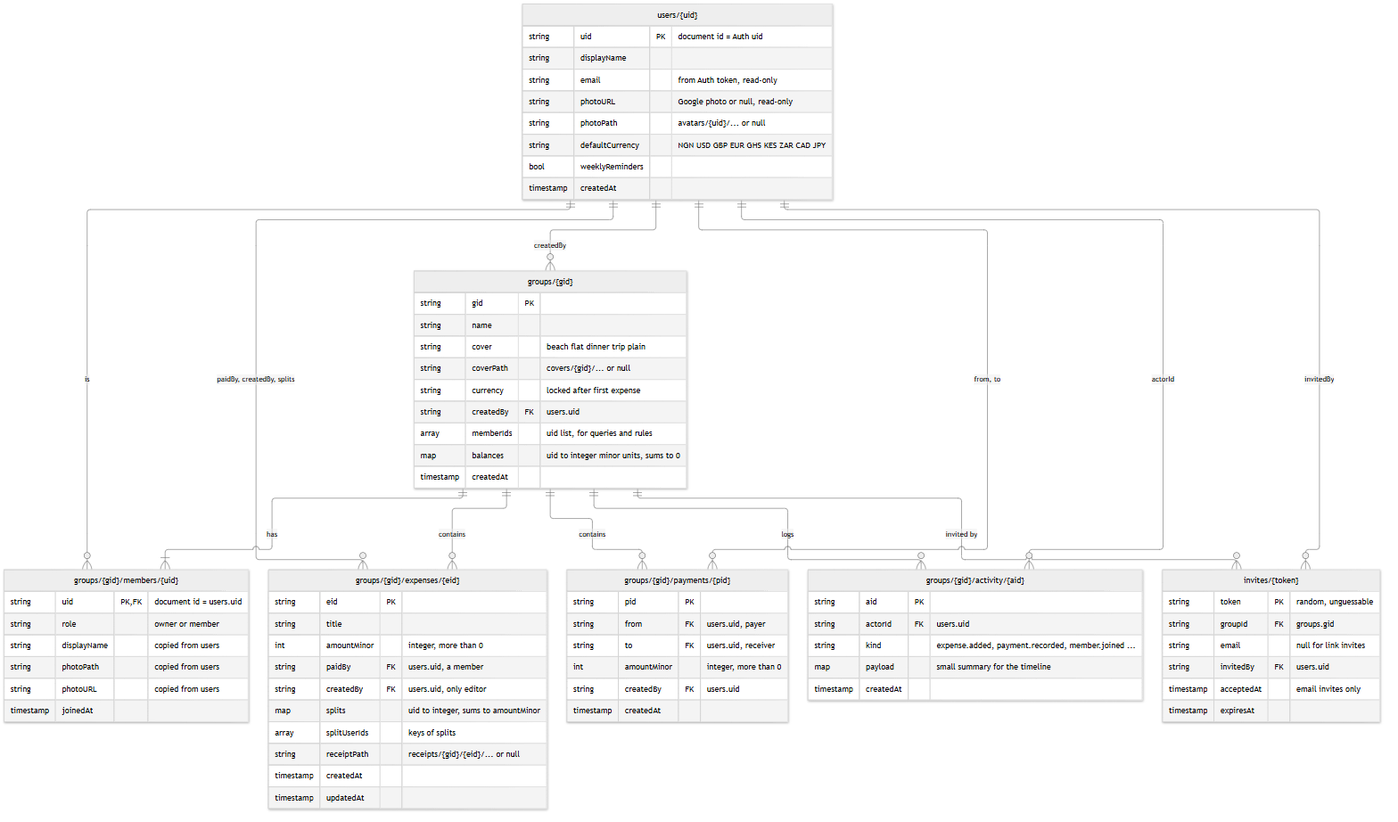
The Mermaid diagram docs/data-model.png in Ishurrla/SplitIt, before a commit. Its source is kept beside it as docs/data-model.mmd. The source it was exported from:
```mermaid
erDiagram
  users["users/{uid}"] {
    string uid PK "document id = Auth uid"
    string displayName
    string email "from Auth token, read-only"
    string photoURL "Google photo or null, read-only"
    string photoPath "avatars/{uid}/... or null"
    string defaultCurrency "NGN USD GBP EUR GHS KES ZAR CAD JPY"
    bool weeklyReminders
    timestamp createdAt
  }

  groups["groups/{gid}"] {
    string gid PK
    string name
    string cover "beach flat dinner trip plain"
    string coverPath "covers/{gid}/... or null"
    string currency "locked after first expense"
    string createdBy FK "users.uid"
    array memberIds "uid list, for queries and rules"
    map balances "uid to integer minor units, sums to 0"
    timestamp createdAt
  }

  members["groups/{gid}/members/{uid}"] {
    string uid PK, FK "document id = users.uid"
    string role "owner or member"
    string displayName "copied from users"
    string photoPath "copied from users"
    string photoURL "copied from users"
    timestamp joinedAt
  }

  expenses["groups/{gid}/expenses/{eid}"] {
    string eid PK
    string title
    int amountMinor "integer, more than 0"
    string paidBy FK "users.uid, a member"
    string createdBy FK "users.uid, only editor"
    map splits "uid to integer, sums to amountMinor"
    array splitUserIds "keys of splits"
    string receiptPath "receipts/{gid}/{eid}/... or null"
    timestamp createdAt
    timestamp updatedAt
  }

  payments["groups/{gid}/payments/{pid}"] {
    string pid PK
    string from FK "users.uid, payer"
    string to FK "users.uid, receiver"
    int amountMinor "integer, more than 0"
    string createdBy FK "users.uid"
    timestamp createdAt
  }

  activity["groups/{gid}/activity/{aid}"] {
    string aid PK
    string actorId FK "users.uid"
    string kind "expense.added, payment.recorded, member.joined ..."
    map payload "small summary for the timeline"
    timestamp createdAt
  }

  invites["invites/{token}"] {
    string token PK "random, unguessable"
    string groupId FK "groups.gid"
    string email "null for link invites"
    string invitedBy FK "users.uid"
    timestamp acceptedAt "email invites only"
    timestamp expiresAt
  }

  groups ||--|{ members : "has"
  groups ||--o{ expenses : "contains"
  groups ||--o{ payments : "contains"
  groups ||--o{ activity : "logs"
  groups ||--o{ invites : "invited by"
  users ||--o{ members : "is"
  users ||--o{ groups : "createdBy"
  users ||--o{ expenses : "paidBy, createdBy, splits"
  users ||--o{ payments : "from, to"
  users ||--o{ activity : "actorId"
  users ||--o{ invites : "invitedBy"
```
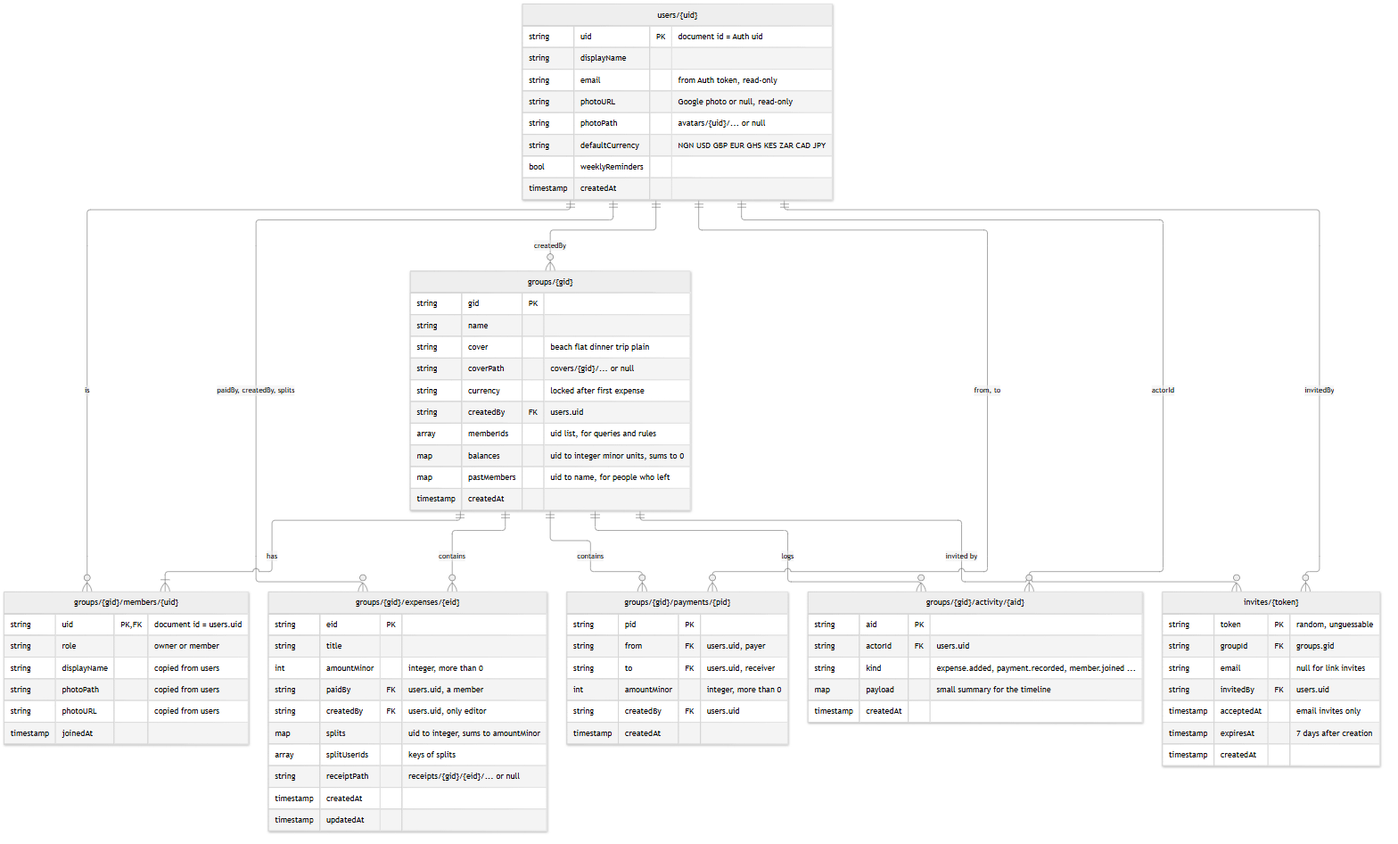
After the commit.

What changed in the source:
```diff
@@ -19,6 +19,7 @@
     string createdBy FK "users.uid"
     array memberIds "uid list, for queries and rules"
     map balances "uid to integer minor units, sums to 0"
+    map pastMembers "uid to name, for people who left"
     timestamp createdAt
   }
 
@@ -67,7 +68,8 @@
     string email "null for link invites"
     string invitedBy FK "users.uid"
     timestamp acceptedAt "email invites only"
-    timestamp expiresAt
+    timestamp expiresAt "7 days after creation"
+    timestamp createdAt
   }
 
   groups ||--|{ members : "has"
```
